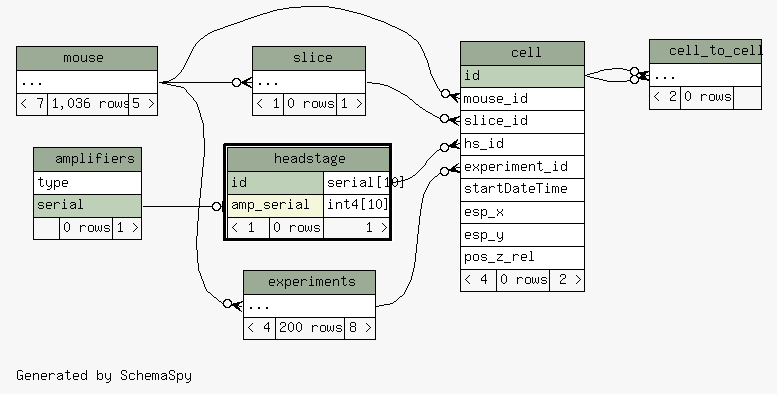
tgbugs/mlab keeps this Graphviz diagram as database/ss/diagrams/headstage.2degrees.png. Above is the earlier version. Its source is kept beside it as database/ss/diagrams/headstage.2degrees.dot.
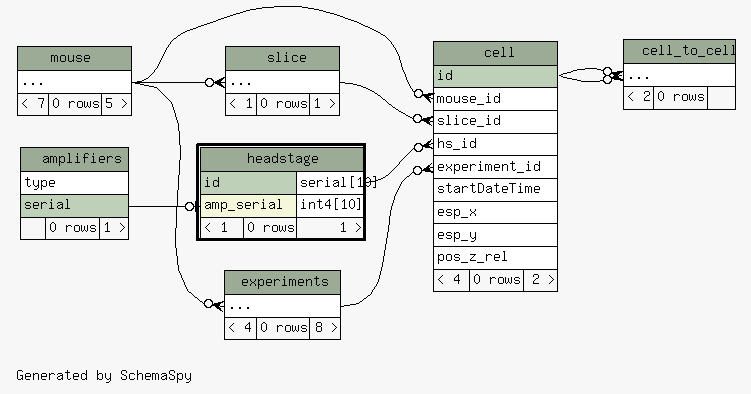
After the change.

What changed in the source:
```diff
@@ -70,7 +70,7 @@
     <TABLE BORDER="0" CELLBORDER="1" CELLSPACING="0" BGCOLOR="#ffffff">
       <TR><TD COLSPAN="3" BGCOLOR="#9bab96" ALIGN="CENTER">experiments</TD></TR>
       <TR><TD PORT="elipses" COLSPAN="3" ALIGN="LEFT">...</TD></TR>
-      <TR><TD ALIGN="LEFT" BGCOLOR="#f7f7f7">&lt; 4</TD><TD ALIGN="RIGHT" BGCOLOR="#f7f7f7">200 rows</TD><TD ALIGN="RIGHT" BGCOLOR="#f7f7f7">8 &gt;</TD></TR>
+      <TR><TD ALIGN="LEFT" BGCOLOR="#f7f7f7">&lt; 4</TD><TD ALIGN="RIGHT" BGCOLOR="#f7f7f7">0 rows</TD><TD ALIGN="RIGHT" BGCOLOR="#f7f7f7">8 &gt;</TD></TR>
     </TABLE>>
     URL="experiments.html"
     tooltip="experiments"
@@ -91,7 +91,7 @@
     <TABLE BORDER="0" CELLBORDER="1" CELLSPACING="0" BGCOLOR="#ffffff">
       <TR><TD COLSPAN="3" BGCOLOR="#9bab96" ALIGN="CENTER">mouse</TD></TR>
       <TR><TD PORT="elipses" COLSPAN="3" ALIGN="LEFT">...</TD></TR>
-      <TR><TD ALIGN="LEFT" BGCOLOR="#f7f7f7">&lt; 7</TD><TD ALIGN="RIGHT" BGCOLOR="#f7f7f7">1,036 rows</TD><TD ALIGN="RIGHT" BGCOLOR="#f7f7f7">5 &gt;</TD></TR>
+      <TR><TD ALIGN="LEFT" BGCOLOR="#f7f7f7">&lt; 7</TD><TD ALIGN="RIGHT" BGCOLOR="#f7f7f7">0 rows</TD><TD ALIGN="RIGHT" BGCOLOR="#f7f7f7">5 &gt;</TD></TR>
     </TABLE>>
     URL="mouse.html"
     tooltip="mouse"
```
